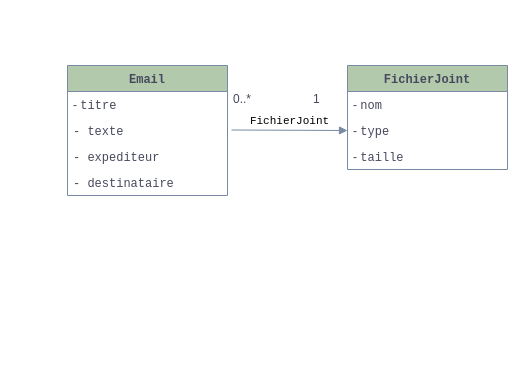
Earlier version of the draw.io diagram page "Email" (3 of 3) of TP05_Animaux_UML.drawio (toruke/Demo_UML). Source tidied: cells renumbered, new cells numbered last; positions are measured from the earlier drawing's top-left corner, leaving out a move shared by most shapes. Both pictures are drawn from the tidied source at 100%, with x=0, y=0 at pixel (67, 65).
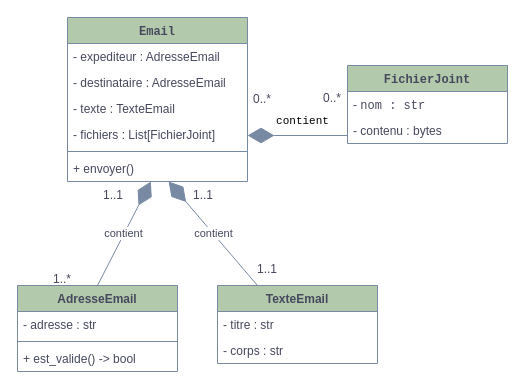
The same page after the edit.

The edit, as a diff of the source:
```diff
@@
     <mxCell id="2" value="&lt;strong&gt;&lt;code&gt;Email&lt;/code&gt;&lt;/strong&gt;" style="swimlane;fontStyle=1;align=center;verticalAlign=top;horizontal=1;startSize=26;whiteSpace=wrap;html=1;strokeColor=#788AA3;fontColor=#46495D;fillColor=#B2C9AB;labelBackgroundColor=none;" parent="1" vertex="1">
-      <mxGeometry width="160" height="130" as="geometry" />
+      <mxGeometry y="-48" width="180" height="164" as="geometry" />
     </mxCell>
-    <mxCell id="3" value="-&amp;nbsp;&lt;code&gt;titre&lt;/code&gt;" style="text;strokeColor=none;fillColor=none;align=left;verticalAlign=top;spacingLeft=4;spacingRight=4;overflow=hidden;whiteSpace=wrap;html=1;fontColor=#46495D;labelBackgroundColor=none;" parent="2" vertex="1">
-      <mxGeometry y="26" width="160" height="26" as="geometry" />
+    <mxCell id="3" value="- expediteur : AdresseEmail" style="text;strokeColor=none;fillColor=none;align=left;verticalAlign=top;spacingLeft=4;spacingRight=4;overflow=hidden;whiteSpace=wrap;html=1;fontColor=#46495D;labelBackgroundColor=none;" parent="2" vertex="1">
+      <mxGeometry y="26" width="180" height="26" as="geometry" />
     </mxCell>
-    <mxCell id="4" value="&lt;font face=&quot;monospace&quot; color=&quot;rgba(0, 0, 0, 0)&quot;&gt;&lt;span style=&quot;font-size: 0px; text-wrap: nowrap;&quot;&gt;e-&lt;/span&gt;&lt;/font&gt;&lt;code&gt;-&amp;nbsp;&lt;/code&gt;&lt;code&gt;texte&lt;/code&gt;" style="text;strokeColor=none;fillColor=none;align=left;verticalAlign=top;spacingLeft=4;spacingRight=4;overflow=hidden;whiteSpace=wrap;html=1;fontColor=#46495D;labelBackgroundColor=none;" parent="2" vertex="1">
-      <mxGeometry y="52" width="160" height="26" as="geometry" />
-    </mxCell>
-    <mxCell id="5" value="&lt;font face=&quot;monospace&quot; color=&quot;rgba(0, 0, 0, 0)&quot;&gt;&lt;span style=&quot;font-size: 0px; text-wrap: nowrap;&quot;&gt;e-&lt;/span&gt;&lt;/font&gt;&lt;code&gt;- expediteur&lt;/code&gt;" style="text;strokeColor=none;fillColor=none;align=left;verticalAlign=top;spacingLeft=4;spacingRight=4;overflow=hidden;whiteSpace=wrap;html=1;fontColor=#46495D;labelBackgroundColor=none;" parent="2" vertex="1">
-      <mxGeometry y="78" width="160" height="26" as="geometry" />
-    </mxCell>
-    <mxCell id="6" value="&lt;font face=&quot;monospace&quot; color=&quot;rgba(0, 0, 0, 0)&quot;&gt;&lt;span style=&quot;font-size: 0px; text-wrap: nowrap;&quot;&gt;e-&lt;/span&gt;&lt;/font&gt;&lt;code&gt;-&amp;nbsp;&lt;/code&gt;&lt;code&gt;destinataire&lt;/code&gt;" style="text;strokeColor=none;fillColor=none;align=left;verticalAlign=top;spacingLeft=4;spacingRight=4;overflow=hidden;whiteSpace=wrap;html=1;fontColor=#46495D;labelBackgroundColor=none;" parent="2" vertex="1">
-      <mxGeometry y="104" width="160" height="26" as="geometry" />
-    </mxCell>
+    <mxCell id="14" value="- destinataire : AdresseEmail" style="text;strokeColor=none;fillColor=none;align=left;verticalAlign=top;spacingLeft=4;spacingRight=4;overflow=hidden;whiteSpace=wrap;html=1;fontColor=#46495D;labelBackgroundColor=none;" parent="2" vertex="1">
+      <mxGeometry y="52" width="180" height="26" as="geometry" />
+    </mxCell>
+    <mxCell id="15" value="- texte : TexteEmail" style="text;strokeColor=none;fillColor=none;align=left;verticalAlign=top;spacingLeft=4;spacingRight=4;overflow=hidden;whiteSpace=wrap;html=1;fontColor=#46495D;labelBackgroundColor=none;" parent="2" vertex="1">
+      <mxGeometry y="78" width="180" height="26" as="geometry" />
+    </mxCell>
+    <mxCell id="16" value="- fichiers : List[FichierJoint]" style="text;strokeColor=none;fillColor=none;align=left;verticalAlign=top;spacingLeft=4;spacingRight=4;overflow=hidden;whiteSpace=wrap;html=1;fontColor=#46495D;labelBackgroundColor=none;" parent="2" vertex="1">
+      <mxGeometry y="104" width="180" height="26" as="geometry" />
+    </mxCell>
+    <mxCell id="17" style="line;strokeWidth=1;fillColor=none;align=left;verticalAlign=middle;spacingTop=-1;spacingLeft=3;spacingRight=3;labelPosition=right;strokeColor=inherit;fontColor=#46495D;" parent="2" vertex="1">
+      <mxGeometry y="130" width="180" height="8" as="geometry" />
+    </mxCell>
+    <mxCell id="18" value="+ envoyer()" style="text;strokeColor=none;fillColor=none;align=left;verticalAlign=top;spacingLeft=4;spacingRight=4;overflow=hidden;points=[[0,0.5],[1,0.5]];portConstraint=eastwest;whiteSpace=wrap;html=1;fontColor=#46495D;labelBackgroundColor=none;" parent="2" vertex="1">
+      <mxGeometry y="138" width="180" height="26" as="geometry" />
+    </mxCell>
+    <mxCell id="19" style="edgeStyle=orthogonalEdgeStyle;rounded=0;orthogonalLoop=1;jettySize=auto;html=1;exitX=0.5;exitY=1;exitDx=0;exitDy=0;strokeColor=#788AA3;fontColor=#46495D;fillColor=#B2C9AB;" parent="2" edge="1">
+      <mxGeometry relative="1" as="geometry">
+        <mxPoint x="90" y="204" as="sourcePoint" />
+        <mxPoint x="90" y="204" as="targetPoint" />
+      </mxGeometry>
+    </mxCell>
     <mxCell id="7" value="&lt;strong&gt;&lt;code&gt;FichierJoint&lt;/code&gt;&lt;/strong&gt;" style="swimlane;fontStyle=1;align=center;verticalAlign=top;horizontal=1;startSize=26;whiteSpace=wrap;html=1;strokeColor=#788AA3;fontColor=#46495D;fillColor=#B2C9AB;labelBackgroundColor=none;" parent="1" vertex="1">
-      <mxGeometry x="280" width="160" height="104" as="geometry" />
+      <mxGeometry x="280" width="160" height="78" as="geometry" />
     </mxCell>
-    <mxCell id="8" value="-&amp;nbsp;&lt;code&gt;nom&lt;/code&gt;" style="text;strokeColor=none;fillColor=none;align=left;verticalAlign=top;spacingLeft=4;spacingRight=4;overflow=hidden;whiteSpace=wrap;html=1;fontColor=#46495D;labelBackgroundColor=none;" parent="7" vertex="1">
+    <mxCell id="8" value="-&amp;nbsp;&lt;code&gt;nom : str&lt;/code&gt;" style="text;strokeColor=none;fillColor=none;align=left;verticalAlign=top;spacingLeft=4;spacingRight=4;overflow=hidden;whiteSpace=wrap;html=1;fontColor=#46495D;labelBackgroundColor=none;" parent="7" vertex="1">
       <mxGeometry y="26" width="160" height="26" as="geometry" />
     </mxCell>
-    <mxCell id="9" value="-&amp;nbsp;&lt;code&gt;type&lt;/code&gt;" style="text;strokeColor=none;fillColor=none;align=left;verticalAlign=top;spacingLeft=4;spacingRight=4;overflow=hidden;points=[[0,0.5],[1,0.5]];portConstraint=eastwest;whiteSpace=wrap;html=1;fontColor=#46495D;labelBackgroundColor=none;" parent="7" vertex="1">
-      <mxGeometry y="52" width="160" height="26" as="geometry" />
-    </mxCell>
-    <mxCell id="10" value="-&amp;nbsp;&lt;code&gt;taille&lt;/code&gt;" style="text;strokeColor=none;fillColor=none;align=left;verticalAlign=top;spacingLeft=4;spacingRight=4;overflow=hidden;whiteSpace=wrap;html=1;fontColor=#46495D;labelBackgroundColor=none;" parent="7" vertex="1">
-      <mxGeometry y="78" width="160" height="26" as="geometry" />
+    <mxCell id="10" value="- contenu : bytes" style="text;strokeColor=none;fillColor=none;align=left;verticalAlign=top;spacingLeft=4;spacingRight=4;overflow=hidden;whiteSpace=wrap;html=1;fontColor=#46495D;labelBackgroundColor=none;" parent="7" vertex="1">
+      <mxGeometry y="52" width="160" height="26" as="geometry" />
     </mxCell>
     <mxCell id="11" value="0..*" style="text;strokeColor=none;fillColor=none;spacingLeft=4;spacingRight=4;overflow=hidden;fontSize=12;whiteSpace=wrap;html=1;fontColor=#46495D;labelBackgroundColor=none;" parent="1" vertex="1">
-      <mxGeometry x="160" y="20" width="40" height="30" as="geometry" />
+      <mxGeometry x="180" y="20" width="40" height="30" as="geometry" />
     </mxCell>
-    <mxCell id="12" value="1" style="text;strokeColor=none;fillColor=none;spacingLeft=4;spacingRight=4;overflow=hidden;fontSize=12;whiteSpace=wrap;html=1;fontColor=#46495D;labelBackgroundColor=none;" parent="1" vertex="1">
-      <mxGeometry x="240" y="20" width="40" height="30" as="geometry" />
+    <mxCell id="12" value="0..*" style="text;strokeColor=none;fillColor=none;spacingLeft=4;spacingRight=4;overflow=hidden;fontSize=12;whiteSpace=wrap;html=1;fontColor=#46495D;labelBackgroundColor=none;" parent="1" vertex="1">
+      <mxGeometry x="250" y="19" width="40" height="30" as="geometry" />
     </mxCell>
-    <mxCell id="13" value="&lt;code&gt;FichierJoint&lt;/code&gt;" style="html=1;verticalAlign=bottom;endArrow=block;curved=0;rounded=0;strokeColor=#788AA3;fontColor=default;fillColor=#B2C9AB;entryX=0;entryY=0.5;entryDx=0;entryDy=0;labelBackgroundColor=none;" parent="1" edge="1" target="9">
-      <mxGeometry relative="1" as="geometry">
-        <mxPoint x="164" y="64.5" as="sourcePoint" />
+    <mxCell id="13" value="&lt;code&gt;contient&lt;/code&gt;" style="html=1;verticalAlign=bottom;endArrow=diamondThin;curved=0;rounded=0;strokeColor=#788AA3;fontColor=default;fillColor=#B2C9AB;labelBackgroundColor=none;endFill=1;endSize=24;" parent="1" edge="1">
+      <mxGeometry x="-0.11" y="-5" relative="1" as="geometry">
+        <mxPoint x="280" y="70" as="sourcePoint" />
+        <mxPoint x="180" y="70" as="targetPoint" />
       </mxGeometry>
     </mxCell>
+    <mxCell id="20" value="AdresseEmail" style="swimlane;fontStyle=1;align=center;verticalAlign=top;horizontal=1;startSize=26;whiteSpace=wrap;html=1;strokeColor=#788AA3;fontColor=#46495D;fillColor=#B2C9AB;" parent="1" vertex="1">
+      <mxGeometry x="-50" y="220" width="160" height="86" as="geometry" />
+    </mxCell>
+    <mxCell id="21" value="- adresse : str" style="text;strokeColor=none;fillColor=none;align=left;verticalAlign=top;spacingLeft=4;spacingRight=4;overflow=hidden;whiteSpace=wrap;html=1;fontColor=#46495D;" parent="20" vertex="1">
+      <mxGeometry y="26" width="160" height="26" as="geometry" />
+    </mxCell>
+    <mxCell id="22" style="line;strokeWidth=1;fillColor=none;align=left;verticalAlign=middle;spacingTop=-1;spacingLeft=3;spacingRight=3;labelPosition=right;strokeColor=inherit;fontColor=#46495D;" parent="20" vertex="1">
+      <mxGeometry y="52" width="160" height="8" as="geometry" />
+    </mxCell>
+    <mxCell id="23" value="+ est_valide() -&amp;gt; bool" style="text;strokeColor=none;fillColor=none;align=left;verticalAlign=top;spacingLeft=4;spacingRight=4;overflow=hidden;whiteSpace=wrap;html=1;fontColor=#46495D;" parent="20" vertex="1">
+      <mxGeometry y="60" width="160" height="26" as="geometry" />
+    </mxCell>
+    <mxCell id="24" value="TexteEmail" style="swimlane;fontStyle=1;align=center;verticalAlign=top;horizontal=1;startSize=26;whiteSpace=wrap;html=1;strokeColor=#788AA3;fontColor=#46495D;fillColor=#B2C9AB;" parent="1" vertex="1">
+      <mxGeometry x="150" y="220" width="160" height="78" as="geometry" />
+    </mxCell>
+    <mxCell id="25" value="- titre : str" style="text;strokeColor=none;fillColor=none;align=left;verticalAlign=top;spacingLeft=4;spacingRight=4;overflow=hidden;whiteSpace=wrap;html=1;fontColor=#46495D;" parent="24" vertex="1">
+      <mxGeometry y="26" width="160" height="26" as="geometry" />
+    </mxCell>
+    <mxCell id="26" value="- corps : str" style="text;strokeColor=none;fillColor=none;align=left;verticalAlign=top;spacingLeft=4;spacingRight=4;overflow=hidden;whiteSpace=wrap;html=1;fontColor=#46495D;" parent="24" vertex="1">
+      <mxGeometry y="52" width="160" height="26" as="geometry" />
+    </mxCell>
+    <mxCell id="27" value="contient" style="endArrow=diamondThin;endFill=1;endSize=24;html=1;rounded=0;strokeColor=#788AA3;fontColor=#46495D;fillColor=#B2C9AB;exitX=0.5;exitY=0;exitDx=0;exitDy=0;" parent="1" edge="1" source="20" target="18">
+      <mxGeometry relative="1" as="geometry" />
+    </mxCell>
+    <mxCell id="28" value="1..*" style="text;strokeColor=none;fillColor=none;spacingLeft=4;spacingRight=4;overflow=hidden;fontSize=12;whiteSpace=wrap;html=1;fontColor=#46495D;labelBackgroundColor=none;" parent="1" vertex="1">
+      <mxGeometry x="-20" y="200" width="40" height="30" as="geometry" />
+    </mxCell>
+    <mxCell id="29" value="1..1" style="text;strokeColor=none;fillColor=none;spacingLeft=4;spacingRight=4;overflow=hidden;fontSize=12;whiteSpace=wrap;html=1;fontColor=#46495D;labelBackgroundColor=none;" parent="1" vertex="1">
+      <mxGeometry x="30" y="116" width="40" height="30" as="geometry" />
+    </mxCell>
+    <mxCell id="30" value="contient" style="endArrow=diamondThin;endFill=1;endSize=24;html=1;rounded=0;strokeColor=#788AA3;fontColor=#46495D;fillColor=#B2C9AB;exitX=0.25;exitY=0;exitDx=0;exitDy=0;" parent="1" edge="1" source="24" target="18">
+      <mxGeometry relative="1" as="geometry" />
+    </mxCell>
+    <mxCell id="31" value="1..1" style="text;strokeColor=none;fillColor=none;spacingLeft=4;spacingRight=4;overflow=hidden;fontSize=12;whiteSpace=wrap;html=1;fontColor=#46495D;labelBackgroundColor=none;" parent="1" vertex="1">
+      <mxGeometry x="120" y="116" width="40" height="30" as="geometry" />
+    </mxCell>
+    <mxCell id="32" value="1..1" style="text;strokeColor=none;fillColor=none;spacingLeft=4;spacingRight=4;overflow=hidden;fontSize=12;whiteSpace=wrap;html=1;fontColor=#46495D;labelBackgroundColor=none;" parent="1" vertex="1">
+      <mxGeometry x="184" y="190" width="40" height="30" as="geometry" />
+    </mxCell>
```
